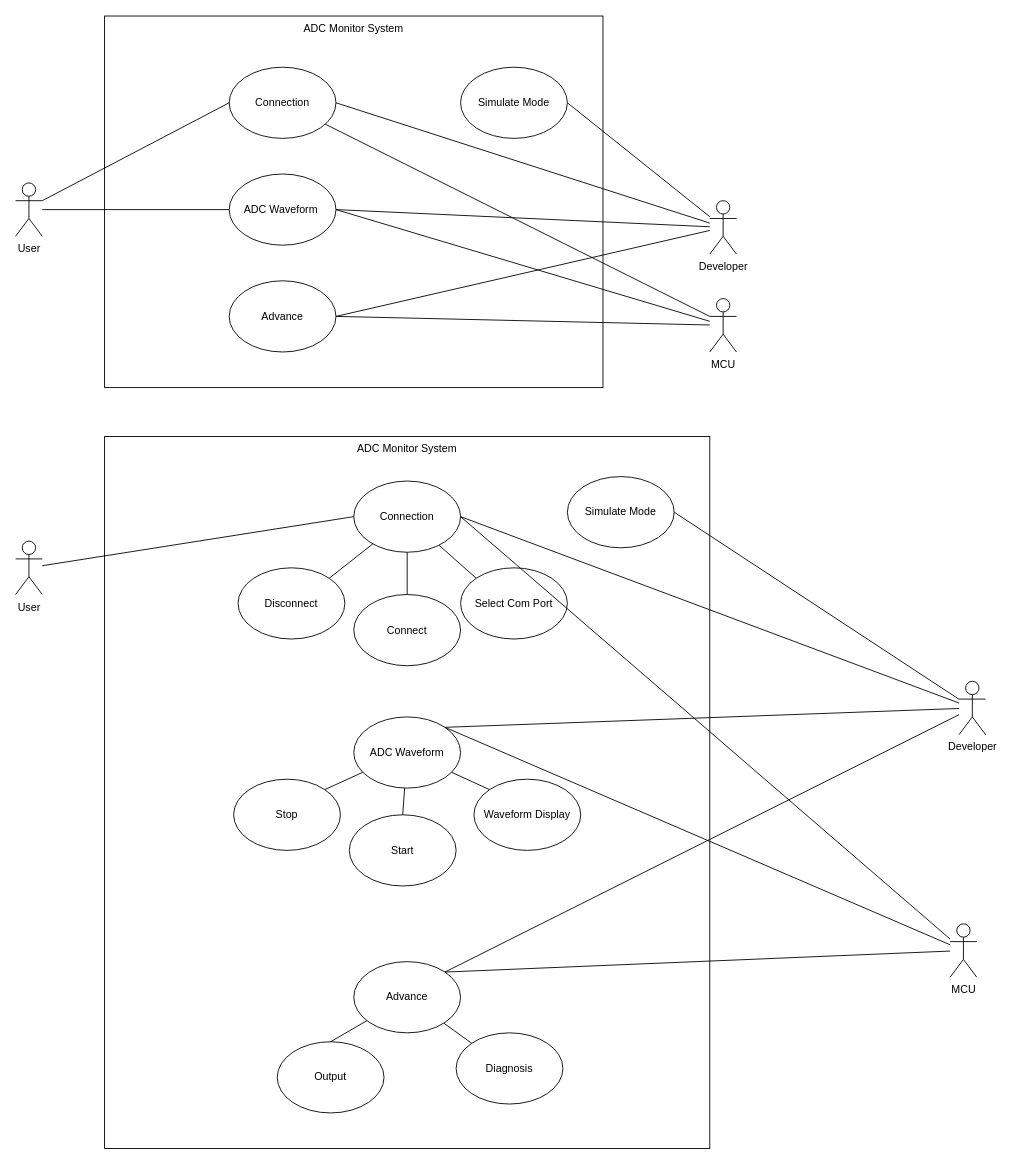
Jasson-Chou/SideProject keeps this draw.io diagram as page "Use Case" (2 of 5) of ADC Monitor.drawio. Above is the earlier version. Source tidied: cells renumbered, new cells numbered last; positions are measured from the earlier drawing's top-left corner, leaving out a move shared by most shapes. Both pictures are drawn from the tidied source at 89%, with x=0, y=0 at pixel (15, 15).
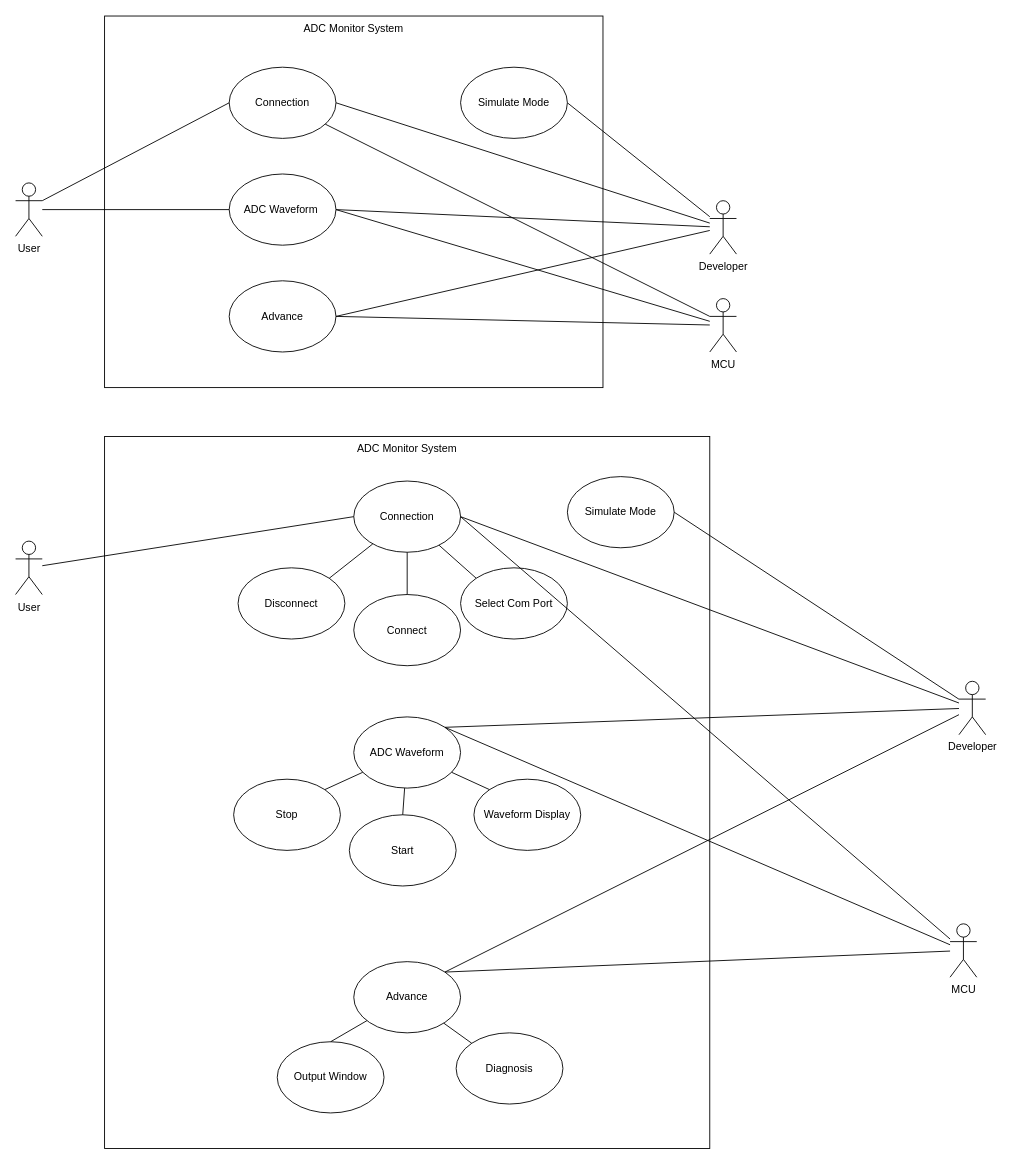
After the change.

The change refers to these unchanged cells:
```xml
<mxCell id="2" style="group;" parent="1" vertex="1">
  <mxGeometry y="473" width="960" height="800" as="geometry" />
</mxCell>
```

What changed in the source:
```diff
@@
-    <mxCell id="22" value="Output" style="ellipse;whiteSpace=wrap;html=1;" parent="2" vertex="1">
+    <mxCell id="22" value="Output Window" style="ellipse;whiteSpace=wrap;html=1;" parent="2" vertex="1">
       <mxGeometry x="294" y="680" width="120" height="80" as="geometry" />
     </mxCell>
```
